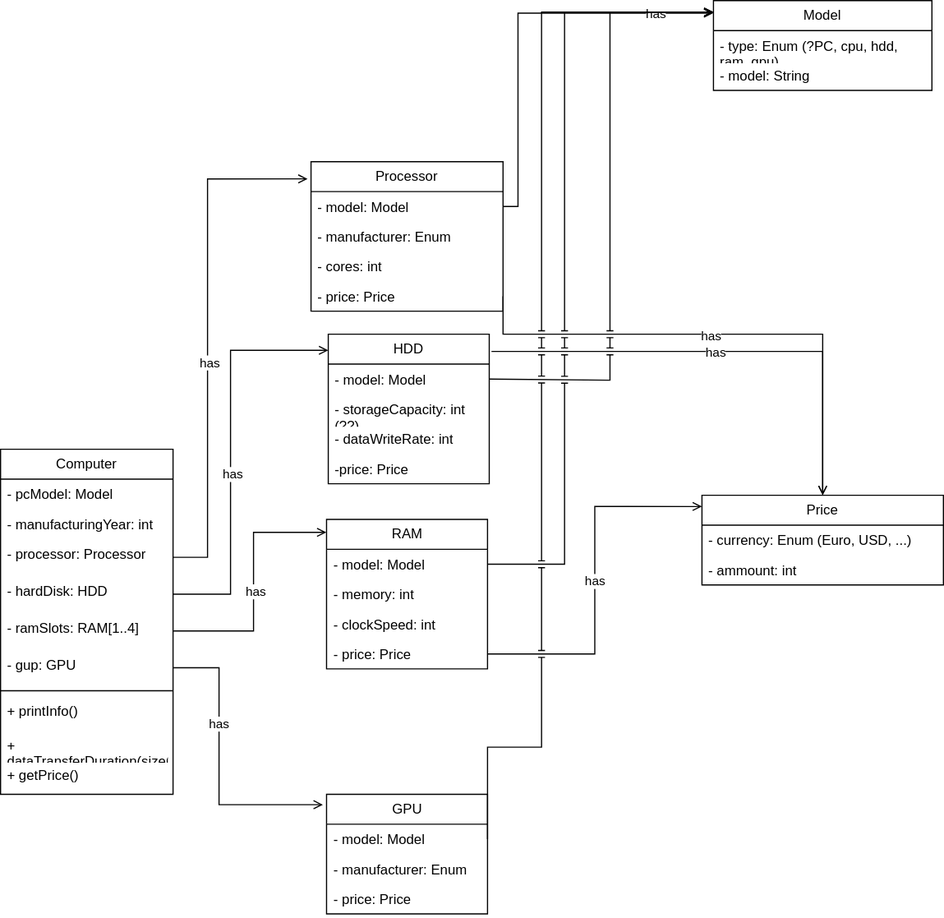
The draw.io diagram course_material/Computer-UML.drawio.svg in hornsbeef/PM_PS, before a commit. Source tidied: cells renumbered, new cells last; positions are measured from the earlier drawing's top-left corner, leaving out a move shared by most shapes.
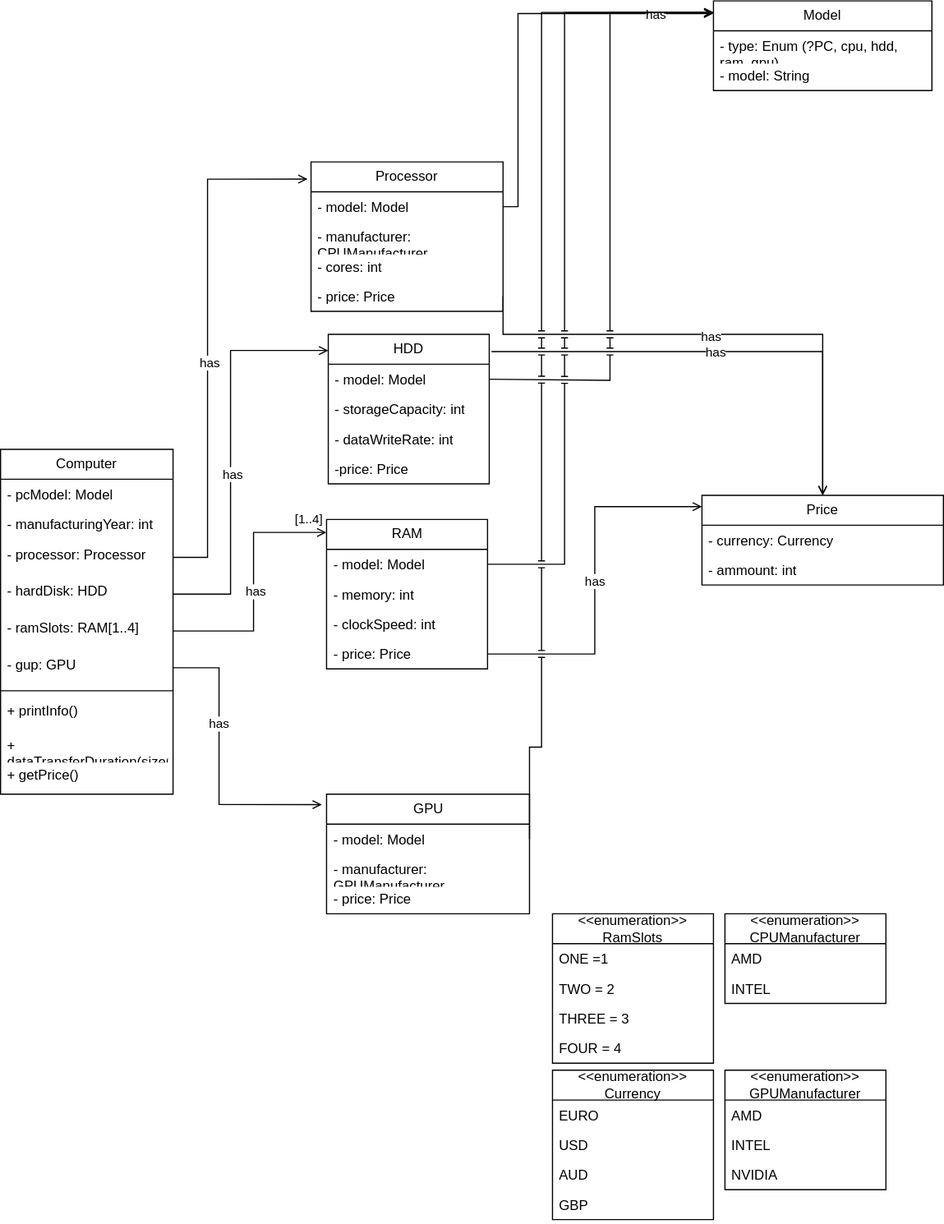
Above is the later version.

Change to the diagram source:
```diff
@@ -69,7 +69,7 @@
     <mxCell id="21" value="- model: Model" style="text;strokeColor=none;fillColor=none;align=left;verticalAlign=top;spacingLeft=4;spacingRight=4;overflow=hidden;points=[[0,0.5],[1,0.5]];portConstraint=eastwest;whiteSpace=wrap;html=1;" parent="20" vertex="1">
       <mxGeometry y="26" width="167" height="26" as="geometry" />
     </mxCell>
-    <mxCell id="22" value="&lt;div&gt;- manufacturer: Enum&lt;/div&gt;" style="text;strokeColor=none;fillColor=none;align=left;verticalAlign=top;spacingLeft=4;spacingRight=4;overflow=hidden;whiteSpace=wrap;html=1;" parent="20" vertex="1">
+    <mxCell id="22" value="&lt;div&gt;- manufacturer: CPUManufacturer&lt;br&gt;&lt;/div&gt;" style="text;strokeColor=none;fillColor=none;align=left;verticalAlign=top;spacingLeft=4;spacingRight=4;overflow=hidden;whiteSpace=wrap;html=1;" parent="20" vertex="1">
       <mxGeometry y="52" width="167" height="26" as="geometry" />
     </mxCell>
     <mxCell id="23" value="&lt;div&gt;- cores: int&lt;/div&gt;" style="text;strokeColor=none;fillColor=none;align=left;verticalAlign=top;spacingLeft=4;spacingRight=4;overflow=hidden;whiteSpace=wrap;html=1;" parent="20" vertex="1">
@@ -81,7 +81,7 @@
     <mxCell id="25" value="Price" style="swimlane;fontStyle=0;horizontal=1;startSize=26;fillColor=none;whiteSpace=wrap;html=1;" parent="1" vertex="1">
       <mxGeometry x="610" y="430" width="210" height="78" as="geometry" />
     </mxCell>
-    <mxCell id="26" value="- currency: Enum (Euro, USD, ...)" style="text;strokeColor=none;fillColor=none;align=left;verticalAlign=top;spacingLeft=4;spacingRight=4;overflow=hidden;whiteSpace=wrap;html=1;" parent="25" vertex="1">
+    <mxCell id="26" value="- currency: Currency" style="text;strokeColor=none;fillColor=none;align=left;verticalAlign=top;spacingLeft=4;spacingRight=4;overflow=hidden;whiteSpace=wrap;html=1;" parent="25" vertex="1">
       <mxGeometry y="26" width="210" height="26" as="geometry" />
     </mxCell>
     <mxCell id="27" value="- ammount: int" style="text;strokeColor=none;fillColor=none;align=left;verticalAlign=top;spacingLeft=4;spacingRight=4;overflow=hidden;whiteSpace=wrap;html=1;" parent="25" vertex="1">
@@ -125,7 +125,7 @@
     <mxCell id="35" value="&lt;div&gt;- model: Model&lt;/div&gt;" style="text;strokeColor=none;fillColor=none;align=left;verticalAlign=top;spacingLeft=4;spacingRight=4;overflow=hidden;points=[[0,0.5],[1,0.5]];portConstraint=eastwest;whiteSpace=wrap;html=1;" parent="34" vertex="1">
       <mxGeometry y="26" width="140" height="26" as="geometry" />
     </mxCell>
-    <mxCell id="36" value="- storageCapacity: int (??)" style="text;strokeColor=none;fillColor=none;align=left;verticalAlign=top;spacingLeft=4;spacingRight=4;overflow=hidden;whiteSpace=wrap;html=1;" parent="34" vertex="1">
+    <mxCell id="36" value="- storageCapacity: int " style="text;strokeColor=none;fillColor=none;align=left;verticalAlign=top;spacingLeft=4;spacingRight=4;overflow=hidden;whiteSpace=wrap;html=1;" parent="34" vertex="1">
       <mxGeometry y="52" width="140" height="26" as="geometry" />
     </mxCell>
     <mxCell id="37" value="- dataWriteRate: int" style="text;strokeColor=none;fillColor=none;align=left;verticalAlign=top;spacingLeft=4;spacingRight=4;overflow=hidden;whiteSpace=wrap;html=1;" parent="34" vertex="1">
@@ -198,17 +198,22 @@
     <mxCell id="50" value="has" style="edgeLabel;html=1;align=center;verticalAlign=middle;" parent="49" vertex="1">
       <mxGeometry x="-0.04" y="-1" relative="1" as="geometry" />
     </mxCell>
+    <mxCell id="57" value="[1..4]" style="edgeLabel;html=1;align=center;verticalAlign=middle;" parent="49" vertex="1">
+      <mxGeometry x="0.85" relative="1" as="geometry">
+        <mxPoint y="-12" as="offset" />
+      </mxGeometry>
+    </mxCell>
     <mxCell id="51" value="GPU" style="swimlane;fontStyle=0;horizontal=1;startSize=26;fillColor=none;whiteSpace=wrap;html=1;" parent="1" vertex="1">
-      <mxGeometry x="283.5" y="690" width="140" height="104" as="geometry" />
+      <mxGeometry x="283.5" y="690" width="176.5" height="104" as="geometry" />
     </mxCell>
     <mxCell id="52" value="- model: Model" style="text;strokeColor=none;fillColor=none;align=left;verticalAlign=top;spacingLeft=4;spacingRight=4;overflow=hidden;points=[[0,0.5],[1,0.5]];portConstraint=eastwest;whiteSpace=wrap;html=1;" parent="51" vertex="1">
-      <mxGeometry y="26" width="140" height="26" as="geometry" />
+      <mxGeometry y="26" width="176.5" height="26" as="geometry" />
     </mxCell>
-    <mxCell id="53" value="- manufacturer: Enum" style="text;strokeColor=none;fillColor=none;align=left;verticalAlign=top;spacingLeft=4;spacingRight=4;overflow=hidden;whiteSpace=wrap;html=1;" parent="51" vertex="1">
-      <mxGeometry y="52" width="140" height="26" as="geometry" />
+    <mxCell id="53" value="- manufacturer: GPUManufacturer" style="text;strokeColor=none;fillColor=none;align=left;verticalAlign=top;spacingLeft=4;spacingRight=4;overflow=hidden;whiteSpace=wrap;html=1;" parent="51" vertex="1">
+      <mxGeometry y="52" width="176.5" height="26" as="geometry" />
     </mxCell>
     <mxCell id="54" value="- price: Price" style="text;strokeColor=none;fillColor=none;align=left;verticalAlign=top;spacingLeft=4;spacingRight=4;overflow=hidden;whiteSpace=wrap;html=1;" parent="51" vertex="1">
-      <mxGeometry y="78" width="140" height="26" as="geometry" />
+      <mxGeometry y="78" width="176.5" height="26" as="geometry" />
     </mxCell>
     <mxCell id="55" style="edgeStyle=orthogonalEdgeStyle;rounded=0;jettySize=auto;html=1;exitX=1;exitY=0.5;exitDx=0;exitDy=0;entryX=-0.023;entryY=0.087;entryDx=0;entryDy=0;entryPerimeter=0;endArrow=open;endFill=0;" parent="1" edge="1" source="15" target="51">
       <mxGeometry relative="1" as="geometry">
@@ -223,5 +228,56 @@
         <mxPoint y="1" as="offset" />
       </mxGeometry>
     </mxCell>
+    <mxCell id="58" value="&lt;div&gt;&amp;lt;&amp;lt;enumeration&amp;gt;&amp;gt;&lt;/div&gt;&lt;div&gt;RamSlots&lt;br&gt;&lt;/div&gt;" style="swimlane;fontStyle=0;horizontal=1;startSize=26;fillColor=none;whiteSpace=wrap;html=1;" parent="1" vertex="1">
+      <mxGeometry x="480" y="794" width="140" height="130" as="geometry" />
+    </mxCell>
+    <mxCell id="59" value="ONE =1 " style="text;strokeColor=none;fillColor=none;align=left;verticalAlign=top;spacingLeft=4;spacingRight=4;overflow=hidden;whiteSpace=wrap;html=1;" parent="58" vertex="1">
+      <mxGeometry y="26" width="140" height="26" as="geometry" />
+    </mxCell>
+    <mxCell id="60" value="TWO = 2" style="text;strokeColor=none;fillColor=none;align=left;verticalAlign=top;spacingLeft=4;spacingRight=4;overflow=hidden;whiteSpace=wrap;html=1;" parent="58" vertex="1">
+      <mxGeometry y="52" width="140" height="26" as="geometry" />
+    </mxCell>
+    <mxCell id="61" value="THREE = 3" style="text;strokeColor=none;fillColor=none;align=left;verticalAlign=top;spacingLeft=4;spacingRight=4;overflow=hidden;whiteSpace=wrap;html=1;" parent="58" vertex="1">
+      <mxGeometry y="78" width="140" height="26" as="geometry" />
+    </mxCell>
+    <mxCell id="62" value="FOUR = 4" style="text;strokeColor=none;fillColor=none;align=left;verticalAlign=top;spacingLeft=4;spacingRight=4;overflow=hidden;whiteSpace=wrap;html=1;" parent="58" vertex="1">
+      <mxGeometry y="104" width="140" height="26" as="geometry" />
+    </mxCell>
+    <mxCell id="63" value="&lt;div&gt;&amp;lt;&amp;lt;enumeration&amp;gt;&amp;gt;&lt;/div&gt;&lt;div&gt;CPUManufacturer&lt;br&gt;&lt;/div&gt;" style="swimlane;fontStyle=0;horizontal=1;startSize=26;fillColor=none;whiteSpace=wrap;html=1;" parent="1" vertex="1">
+      <mxGeometry x="630" y="794" width="140" height="78" as="geometry" />
+    </mxCell>
+    <mxCell id="64" value="AMD" style="text;strokeColor=none;fillColor=none;align=left;verticalAlign=top;spacingLeft=4;spacingRight=4;overflow=hidden;whiteSpace=wrap;html=1;" parent="63" vertex="1">
+      <mxGeometry y="26" width="140" height="26" as="geometry" />
+    </mxCell>
+    <mxCell id="65" value="INTEL" style="text;strokeColor=none;fillColor=none;align=left;verticalAlign=top;spacingLeft=4;spacingRight=4;overflow=hidden;whiteSpace=wrap;html=1;" parent="63" vertex="1">
+      <mxGeometry y="52" width="140" height="26" as="geometry" />
+    </mxCell>
+    <mxCell id="66" value="&lt;div&gt;&amp;lt;&amp;lt;enumeration&amp;gt;&amp;gt;&lt;/div&gt;&lt;div&gt;GPUManufacturer&lt;br&gt;&lt;/div&gt;" style="swimlane;fontStyle=0;horizontal=1;startSize=26;fillColor=none;whiteSpace=wrap;html=1;" parent="1" vertex="1">
+      <mxGeometry x="630" y="930" width="140" height="104" as="geometry" />
+    </mxCell>
+    <mxCell id="67" value="AMD" style="text;strokeColor=none;fillColor=none;align=left;verticalAlign=top;spacingLeft=4;spacingRight=4;overflow=hidden;whiteSpace=wrap;html=1;" parent="66" vertex="1">
+      <mxGeometry y="26" width="140" height="26" as="geometry" />
+    </mxCell>
+    <mxCell id="68" value="INTEL" style="text;strokeColor=none;fillColor=none;align=left;verticalAlign=top;spacingLeft=4;spacingRight=4;overflow=hidden;whiteSpace=wrap;html=1;" parent="66" vertex="1">
+      <mxGeometry y="52" width="140" height="26" as="geometry" />
+    </mxCell>
+    <mxCell id="69" value="NVIDIA" style="text;strokeColor=none;fillColor=none;align=left;verticalAlign=top;spacingLeft=4;spacingRight=4;overflow=hidden;whiteSpace=wrap;html=1;" parent="66" vertex="1">
+      <mxGeometry y="78" width="140" height="26" as="geometry" />
+    </mxCell>
+    <mxCell id="70" value="&lt;div&gt;&amp;lt;&amp;lt;enumeration&amp;gt;&amp;gt;&lt;/div&gt;&lt;div&gt;Currency&lt;br&gt;&lt;/div&gt;" style="swimlane;fontStyle=0;horizontal=1;startSize=26;fillColor=none;whiteSpace=wrap;html=1;" parent="1" vertex="1">
+      <mxGeometry x="480" y="930" width="140" height="130" as="geometry" />
+    </mxCell>
+    <mxCell id="71" value="EURO" style="text;strokeColor=none;fillColor=none;align=left;verticalAlign=top;spacingLeft=4;spacingRight=4;overflow=hidden;whiteSpace=wrap;html=1;" parent="70" vertex="1">
+      <mxGeometry y="26" width="140" height="26" as="geometry" />
+    </mxCell>
+    <mxCell id="72" value="USD" style="text;strokeColor=none;fillColor=none;align=left;verticalAlign=top;spacingLeft=4;spacingRight=4;overflow=hidden;whiteSpace=wrap;html=1;" parent="70" vertex="1">
+      <mxGeometry y="52" width="140" height="26" as="geometry" />
+    </mxCell>
+    <mxCell id="73" value="AUD" style="text;strokeColor=none;fillColor=none;align=left;verticalAlign=top;spacingLeft=4;spacingRight=4;overflow=hidden;whiteSpace=wrap;html=1;" parent="70" vertex="1">
+      <mxGeometry y="78" width="140" height="26" as="geometry" />
+    </mxCell>
+    <mxCell id="74" value="GBP" style="text;strokeColor=none;fillColor=none;align=left;verticalAlign=top;spacingLeft=4;spacingRight=4;overflow=hidden;whiteSpace=wrap;html=1;" parent="70" vertex="1">
+      <mxGeometry y="104" width="140" height="26" as="geometry" />
+    </mxCell>
   </root>
 </mxGraphModel>
```
